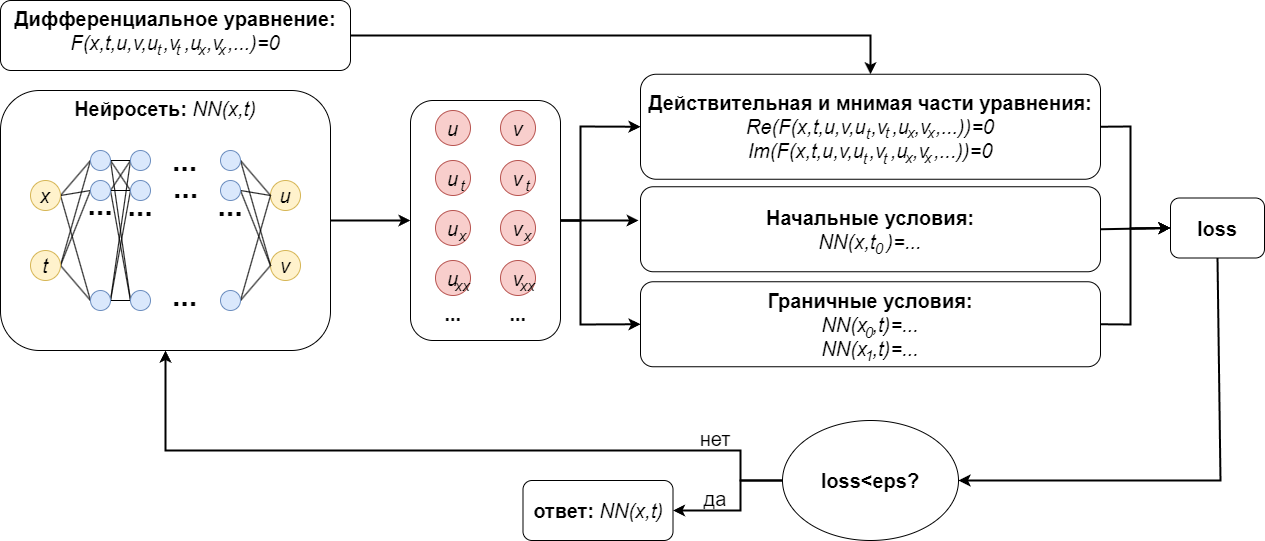
mikhakuv/PINNs_Loss_Balancing keeps this draw.io diagram as pictures/illustration.png. Above is the earlier version. Source tidied: cells renumbered, new cells last; positions are measured from the earlier drawing's top-left corner, leaving out a move shared by most shapes.
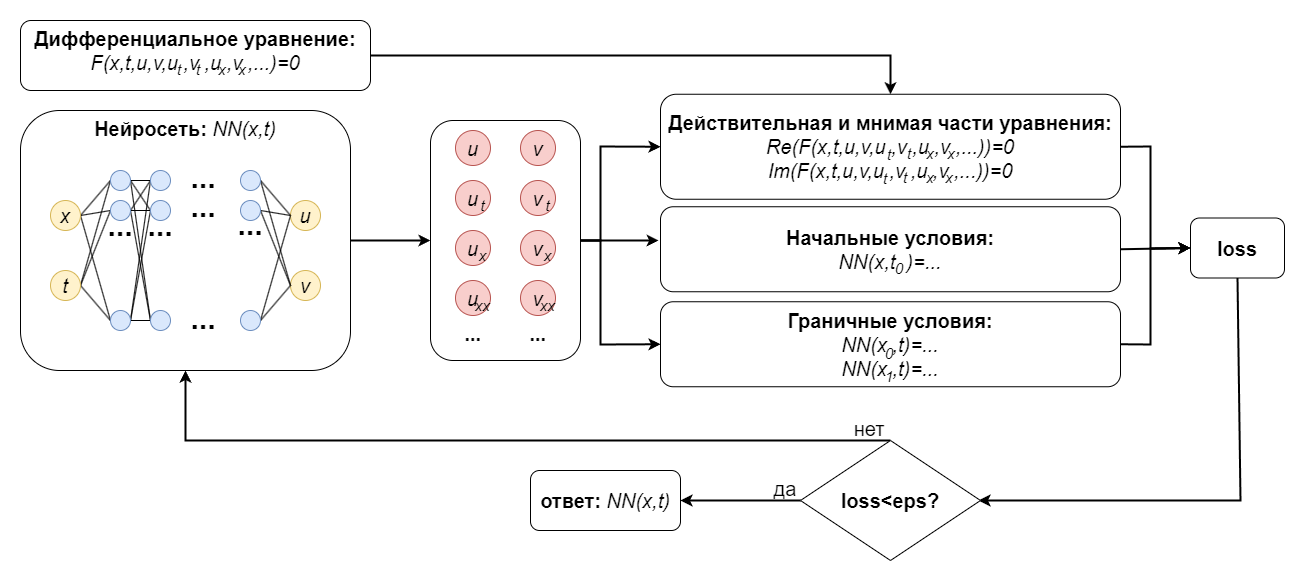
After the commit.

Change to the diagram source:
```diff
@@ -76,7 +76,7 @@
       <mxGeometry x="90" y="290" width="20" height="20" as="geometry" />
     </mxCell>
     <mxCell id="25" value="..." style="swimlane;startSize=0;fillColor=none;strokeColor=#FFFFFF;fontSize=30;" parent="1" vertex="1">
-      <mxGeometry x="225" y="202" width="10" height="10" as="geometry" />
+      <mxGeometry x="225" y="201" width="10" height="10" as="geometry" />
     </mxCell>
     <mxCell id="26" style="edgeStyle=none;shape=connector;rounded=0;jettySize=auto;html=1;exitX=1;exitY=0.5;exitDx=0;exitDy=0;entryX=0;entryY=0.5;entryDx=0;entryDy=0;labelBackgroundColor=default;strokeColor=default;fontFamily=Helvetica;fontSize=11;fontColor=default;endArrow=none;endFill=0;" parent="1" edge="1" source="28" target="11">
       <mxGeometry relative="1" as="geometry" />
@@ -115,7 +115,7 @@
       <mxGeometry x="130" y="290" width="20" height="20" as="geometry" />
     </mxCell>
     <mxCell id="38" value="..." style="swimlane;startSize=0;fillColor=none;strokeColor=#FFFFFF;fontSize=30;" parent="1" vertex="1">
-      <mxGeometry x="95" y="201" width="10" height="10" as="geometry" />
+      <mxGeometry x="95" y="202" width="10" height="10" as="geometry" />
     </mxCell>
     <mxCell id="39" value="..." style="swimlane;startSize=0;fillColor=none;strokeColor=#FFFFFF;fontSize=30;" parent="1" vertex="1">
       <mxGeometry x="135" y="202" width="10" height="20" as="geometry" />
@@ -243,34 +243,34 @@
       <mxGeometry x="874" y="232.8" width="10" height="20" as="geometry" />
     </mxCell>
     <mxCell id="70" value="0" style="swimlane;startSize=0;fontFamily=Helvetica;fontSize=15;fontColor=default;fillColor=none;strokeColor=none;fontStyle=2;verticalAlign=top;" parent="1" vertex="1">
-      <mxGeometry x="864" y="316.8" width="10" height="20" as="geometry" />
+      <mxGeometry x="864" y="317.8" width="10" height="20" as="geometry" />
     </mxCell>
     <mxCell id="71" value="1" style="swimlane;startSize=0;fontFamily=Helvetica;fontSize=15;fontColor=default;fillColor=none;strokeColor=none;fontStyle=2;verticalAlign=top;" parent="1" vertex="1">
-      <mxGeometry x="864" y="339.8" width="10" height="20" as="geometry" />
+      <mxGeometry x="864" y="340.8" width="10" height="20" as="geometry" />
     </mxCell>
     <mxCell id="72" value="t" style="swimlane;startSize=0;fontFamily=Helvetica;fontSize=15;fontColor=default;fillColor=none;strokeColor=none;fontStyle=2;verticalAlign=top;" parent="1" vertex="1">
-      <mxGeometry x="863" y="117.8" width="10" height="20" as="geometry" />
+      <mxGeometry x="864" y="118.8" width="10" height="20" as="geometry" />
     </mxCell>
     <mxCell id="73" value="t" style="swimlane;startSize=0;fontFamily=Helvetica;fontSize=15;fontColor=default;fillColor=none;strokeColor=none;fontStyle=2;verticalAlign=top;" parent="1" vertex="1">
-      <mxGeometry x="882" y="116.8" width="10" height="20" as="geometry" />
+      <mxGeometry x="884" y="117.8" width="10" height="20" as="geometry" />
     </mxCell>
     <mxCell id="74" value="t" style="swimlane;startSize=0;fontFamily=Helvetica;fontSize=15;fontColor=default;fillColor=none;strokeColor=none;fontStyle=2;verticalAlign=top;" parent="1" vertex="1">
       <mxGeometry x="860" y="142.8" width="10" height="20" as="geometry" />
     </mxCell>
     <mxCell id="75" value="t" style="swimlane;startSize=0;fontFamily=Helvetica;fontSize=15;fontColor=default;fillColor=none;strokeColor=none;fontStyle=2;verticalAlign=top;" parent="1" vertex="1">
-      <mxGeometry x="880" y="142.8" width="10" height="20" as="geometry" />
+      <mxGeometry x="880" y="141.8" width="10" height="20" as="geometry" />
     </mxCell>
     <mxCell id="76" value="x" style="swimlane;startSize=0;fontFamily=Helvetica;fontSize=15;fontColor=default;fillColor=none;strokeColor=none;fontStyle=2;verticalAlign=top;" parent="1" vertex="1">
-      <mxGeometry x="906" y="116.8" width="10" height="20" as="geometry" />
+      <mxGeometry x="905" y="117.8" width="10" height="20" as="geometry" />
     </mxCell>
     <mxCell id="77" value="x" style="swimlane;startSize=0;fontFamily=Helvetica;fontSize=15;fontColor=default;fillColor=none;strokeColor=none;fontStyle=2;verticalAlign=top;" parent="1" vertex="1">
-      <mxGeometry x="926" y="116.8" width="10" height="20" as="geometry" />
+      <mxGeometry x="926" y="117.8" width="10" height="20" as="geometry" />
     </mxCell>
     <mxCell id="78" value="x" style="swimlane;startSize=0;fontFamily=Helvetica;fontSize=15;fontColor=default;fillColor=none;strokeColor=none;fontStyle=2;verticalAlign=top;" parent="1" vertex="1">
-      <mxGeometry x="904" y="141.8" width="10" height="20" as="geometry" />
+      <mxGeometry x="905" y="141.8" width="10" height="20" as="geometry" />
     </mxCell>
     <mxCell id="79" value="x" style="swimlane;startSize=0;fontFamily=Helvetica;fontSize=15;fontColor=default;fillColor=none;strokeColor=none;fontStyle=2;verticalAlign=top;" parent="1" vertex="1">
-      <mxGeometry x="923" y="141.8" width="10" height="20" as="geometry" />
+      <mxGeometry x="924" y="141.8" width="10" height="20" as="geometry" />
     </mxCell>
     <mxCell id="80" value="t" style="swimlane;startSize=0;fontFamily=Helvetica;fontSize=15;fontColor=default;fillColor=none;strokeColor=none;fontStyle=2;verticalAlign=top;" parent="1" vertex="1">
       <mxGeometry x="154" y="34" width="10" height="20" as="geometry" />
@@ -284,8 +284,9 @@
     <mxCell id="83" value="x" style="swimlane;startSize=0;fontFamily=Helvetica;fontSize=15;fontColor=default;fillColor=none;strokeColor=none;fontStyle=2;verticalAlign=top;" parent="1" vertex="1">
       <mxGeometry x="217" y="34" width="10" height="20" as="geometry" />
     </mxCell>
-    <mxCell id="84" style="edgeStyle=none;shape=connector;rounded=0;jettySize=auto;html=1;exitX=0.5;exitY=1;exitDx=0;exitDy=0;entryX=1;entryY=0.5;entryDx=0;entryDy=0;labelBackgroundColor=default;strokeColor=default;strokeWidth=2;fontFamily=Helvetica;fontSize=11;fontColor=default;endArrow=classic;endFill=1;" parent="1" edge="1" source="85" target="88">
+    <mxCell id="84" style="edgeStyle=none;shape=connector;rounded=0;jettySize=auto;html=1;exitX=0.5;exitY=1;exitDx=0;exitDy=0;entryX=1;entryY=0.5;entryDx=0;entryDy=0;labelBackgroundColor=default;strokeColor=default;strokeWidth=2;fontFamily=Helvetica;fontSize=11;fontColor=default;endArrow=classic;endFill=1;" parent="1" edge="1" source="85">
       <mxGeometry relative="1" as="geometry">
+        <mxPoint x="958" y="480" as="targetPoint" />
         <Array as="points">
           <mxPoint x="1220" y="480" />
         </Array>
@@ -298,39 +299,37 @@
       <mxGeometry relative="1" as="geometry">
         <Array as="points">
           <mxPoint x="740" y="480" />
-          <mxPoint x="740" y="510" />
         </Array>
       </mxGeometry>
     </mxCell>
-    <mxCell id="87" style="edgeStyle=none;shape=connector;rounded=0;jettySize=auto;html=1;exitX=0;exitY=0.5;exitDx=0;exitDy=0;entryX=0.5;entryY=1;entryDx=0;entryDy=0;labelBackgroundColor=default;strokeColor=default;strokeWidth=2;fontFamily=Helvetica;fontSize=11;fontColor=default;endArrow=classic;endFill=1;" parent="1" edge="1" source="88" target="2">
+    <mxCell id="87" style="edgeStyle=none;shape=connector;rounded=0;jettySize=auto;html=1;exitX=0.5;exitY=0;exitDx=0;exitDy=0;entryX=0.5;entryY=1;entryDx=0;entryDy=0;labelBackgroundColor=default;strokeColor=default;strokeWidth=2;fontFamily=Helvetica;fontSize=11;fontColor=default;endArrow=classic;endFill=1;" parent="1" edge="1" source="88" target="2">
       <mxGeometry relative="1" as="geometry">
         <Array as="points">
-          <mxPoint x="740" y="480" />
-          <mxPoint x="740" y="450" />
-          <mxPoint x="165" y="450" />
+          <mxPoint x="740" y="420" />
+          <mxPoint x="165" y="420" />
         </Array>
       </mxGeometry>
     </mxCell>
-    <mxCell id="88" value="&lt;b&gt;loss&amp;lt;eps?&lt;/b&gt;" style="ellipse;whiteSpace=wrap;html=1;fontFamily=Helvetica;fontSize=20;fontColor=default;" parent="1" vertex="1">
-      <mxGeometry x="782" y="420" width="176" height="120" as="geometry" />
-    </mxCell>
     <mxCell id="89" value="&lt;span style=&quot;font-size: 20px;&quot;&gt;&lt;b&gt;ответ: &lt;/b&gt;&lt;i style=&quot;&quot;&gt;NN(x,t)&lt;/i&gt;&lt;/span&gt;" style="rounded=1;whiteSpace=wrap;html=1;fontFamily=Helvetica;fontSize=11;fontColor=default;" parent="1" vertex="1">
-      <mxGeometry x="522.5" y="480" width="150" height="60" as="geometry" />
+      <mxGeometry x="510" y="450" width="150" height="60" as="geometry" />
     </mxCell>
     <mxCell id="90" value="да" style="swimlane;startSize=0;fontFamily=Helvetica;fontSize=20;fontColor=default;fillColor=none;strokeColor=none;verticalAlign=top;fontStyle=0;" parent="1" vertex="1">
-      <mxGeometry x="700" y="480" width="30" height="30" as="geometry" />
+      <mxGeometry x="750" y="450" width="30" height="30" as="geometry" />
     </mxCell>
     <mxCell id="91" value="нет" style="swimlane;startSize=0;fontFamily=Helvetica;fontSize=20;fontColor=default;fillColor=none;strokeColor=none;verticalAlign=top;fontStyle=0;" parent="1" vertex="1">
-      <mxGeometry x="700" y="420" width="30" height="30" as="geometry" />
+      <mxGeometry x="834" y="390" width="30" height="30" as="geometry" />
     </mxCell>
-    <mxCell id="92" value="..." style="swimlane;startSize=0;fillColor=none;strokeColor=#FFFFFF;fontSize=30;" parent="1" vertex="1">
-      <mxGeometry x="177" y="157" width="15" height="10" as="geometry" />
-    </mxCell>
-    <mxCell id="93" value="..." style="swimlane;startSize=0;fillColor=none;strokeColor=#FFFFFF;fontSize=30;" parent="1" vertex="1">
-      <mxGeometry x="178" y="184" width="15" height="10" as="geometry" />
-    </mxCell>
-    <mxCell id="94" value="..." style="swimlane;startSize=0;fillColor=none;strokeColor=#FFFFFF;fontSize=30;" parent="1" vertex="1">
-      <mxGeometry x="177" y="292" width="15" height="10" as="geometry" />
-    </mxCell>
+    <mxCell id="88" value="&lt;b style=&quot;border-color: var(--border-color); font-size: 20px;&quot;&gt;loss&amp;lt;eps?&lt;/b&gt;" style="rhombus;whiteSpace=wrap;html=1;" parent="1" vertex="1">
+      <mxGeometry x="780" y="420" width="180" height="120" as="geometry" />
+    </mxCell>
+    <mxCell id="95" value="..." style="swimlane;startSize=0;fillColor=none;strokeColor=#FFFFFF;fontSize=30;" parent="1" vertex="1">
+      <mxGeometry x="178" y="154" width="10" height="10" as="geometry" />
+    </mxCell>
+    <mxCell id="96" value="..." style="swimlane;startSize=0;fillColor=none;strokeColor=#FFFFFF;fontSize=30;" parent="1" vertex="1">
+      <mxGeometry x="178" y="183" width="10" height="10" as="geometry" />
+    </mxCell>
+    <mxCell id="97" value="..." style="swimlane;startSize=0;fillColor=none;strokeColor=#FFFFFF;fontSize=30;" parent="1" vertex="1">
+      <mxGeometry x="178" y="295" width="10" height="10" as="geometry" />
+    </mxCell>
   </root>
 </mxGraphModel>
```
